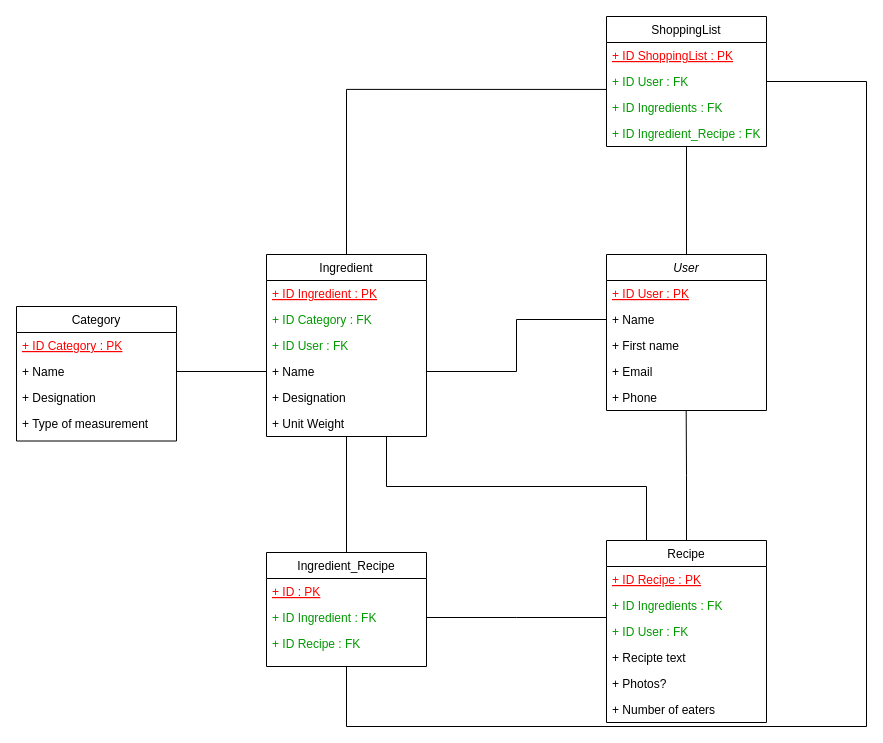
Above: Diagramme de classes.drawio in xForainx/corlis (draw.io), before the change. Source tidied: cells renumbered, new cells numbered last; positions are measured from the earlier drawing's top-left corner, leaving out a move shared by most shapes. Both pictures are drawn from the tidied source at 100%, with x=0, y=0 at pixel (16, 16).
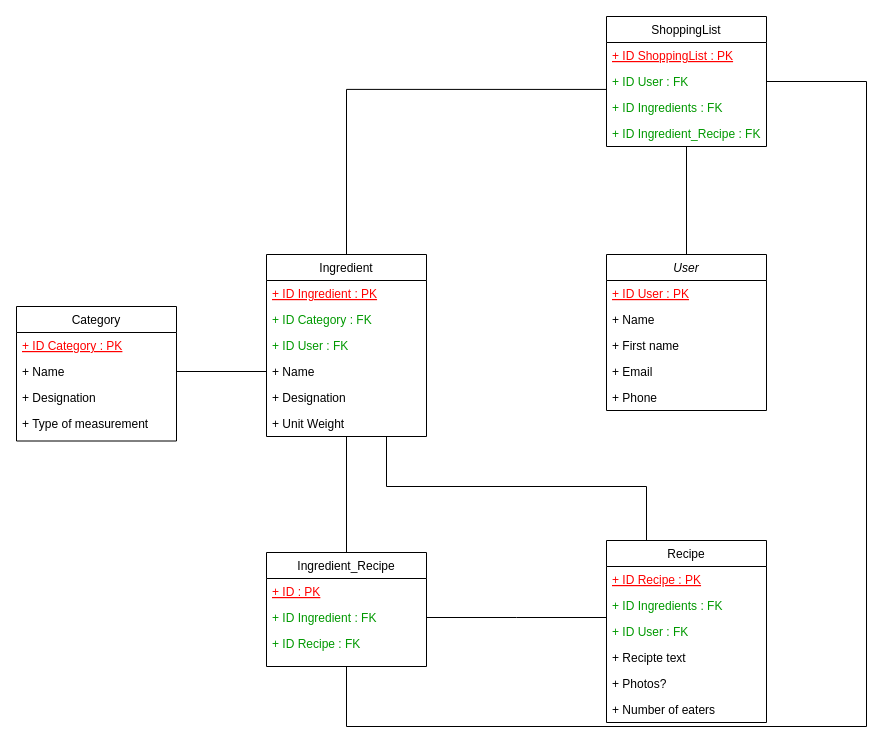
After the change.

Commit message:
Mettre à jour Diagramme de classes.drawio

Unchanged cells that the change refers to:
```xml
<mxCell id="5" value="+ Name" style="text;align=left;verticalAlign=top;spacingLeft=4;spacingRight=4;overflow=hidden;points=[[0,0.5],[1,0.5]];portConstraint=eastwest;rounded=0;shadow=0;html=0;" parent="3" vertex="1">
  <mxGeometry y="52" width="160" height="26" as="geometry" />
</mxCell>
<mxCell id="8" value="+ Phone" style="text;align=left;verticalAlign=top;spacingLeft=4;spacingRight=4;overflow=hidden;points=[[0,0.5],[1,0.5]];portConstraint=eastwest;" parent="3" vertex="1">
  <mxGeometry y="130" width="160" height="26" as="geometry" />
</mxCell>
<mxCell id="16" value="+ Name" style="text;align=left;verticalAlign=top;spacingLeft=4;spacingRight=4;overflow=hidden;points=[[0,0.5],[1,0.5]];portConstraint=eastwest;rounded=0;shadow=0;html=0;" parent="12" vertex="1">
  <mxGeometry y="104" width="160" height="26" as="geometry" />
</mxCell>
<mxCell id="20" value="Recipe" style="swimlane;fontStyle=0;align=center;verticalAlign=top;horizontal=1;startSize=26;rounded=0;shadow=0;strokeWidth=1;" parent="1" vertex="1">
  <mxGeometry x="590" y="524" width="160" height="182" as="geometry" />
</mxCell>
```

What changed in the source:
```diff
@@
-    <mxCell id="19" style="edgeStyle=orthogonalEdgeStyle;rounded=0;jettySize=auto;html=1;exitX=0.5;exitY=0;exitDx=0;exitDy=0;endArrow=none;endFill=0;entryX=0.498;entryY=0.996;entryDx=0;entryDy=0;entryPerimeter=0;" parent="1" edge="1" source="20" target="8">
-      <mxGeometry relative="1" as="geometry" />
-    </mxCell>
@@
-    <mxCell id="38" style="edgeStyle=orthogonalEdgeStyle;rounded=0;jettySize=auto;html=1;exitX=1;exitY=0.5;exitDx=0;exitDy=0;entryX=0;entryY=0.5;entryDx=0;entryDy=0;endArrow=none;endFill=0;" parent="1" edge="1" source="16" target="5">
-      <mxGeometry relative="1" as="geometry" />
-    </mxCell>
```
